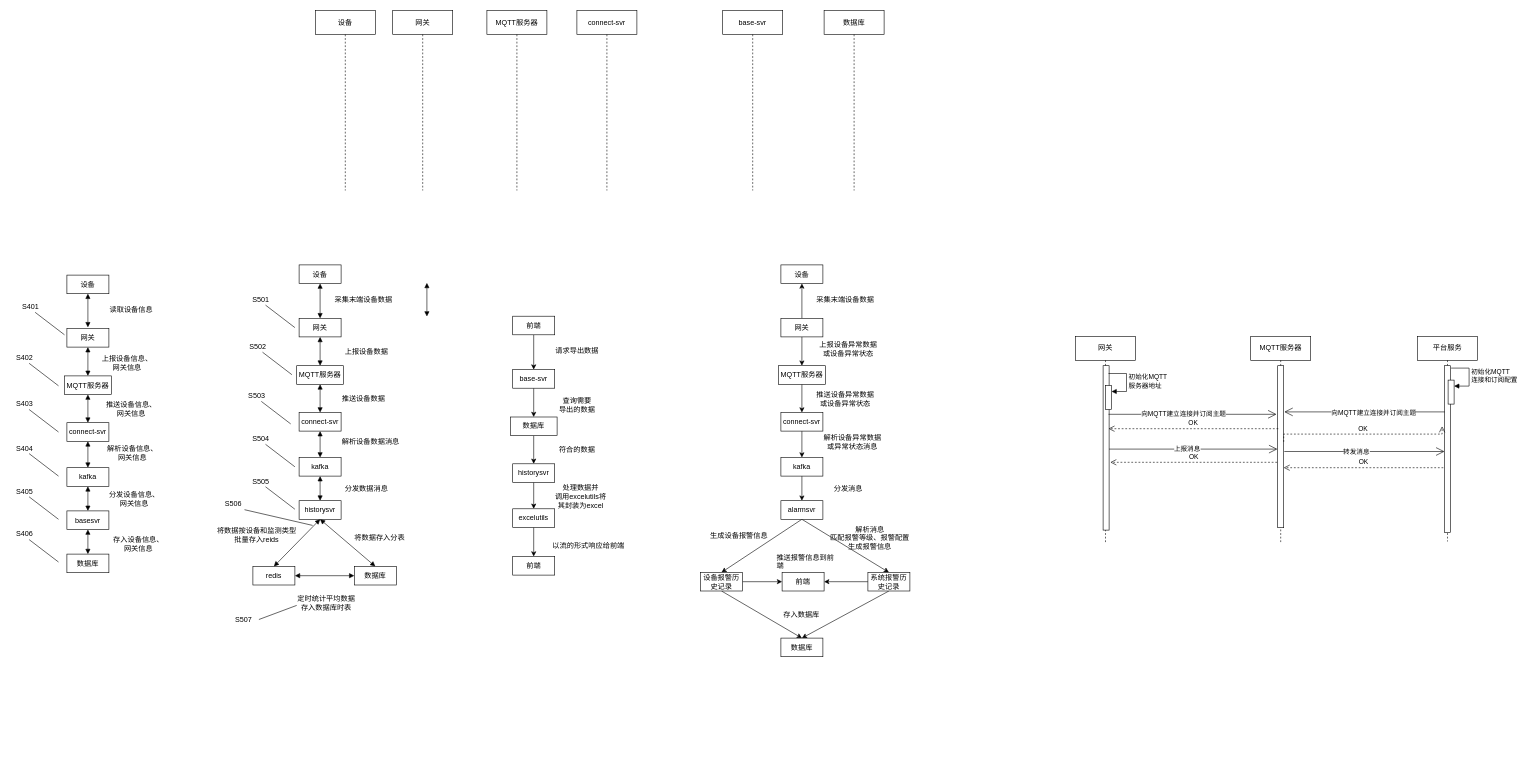
viking-wj/software keeps this draw.io diagram as ems专利.drawio. Above is the earlier version. Source tidied: cells renumbered, new cells numbered last; positions are measured from the earlier drawing's top-left corner, leaving out a move shared by most shapes. Both pictures are drawn from the tidied source at 60%, with x=0, y=0 at pixel (10, 10).
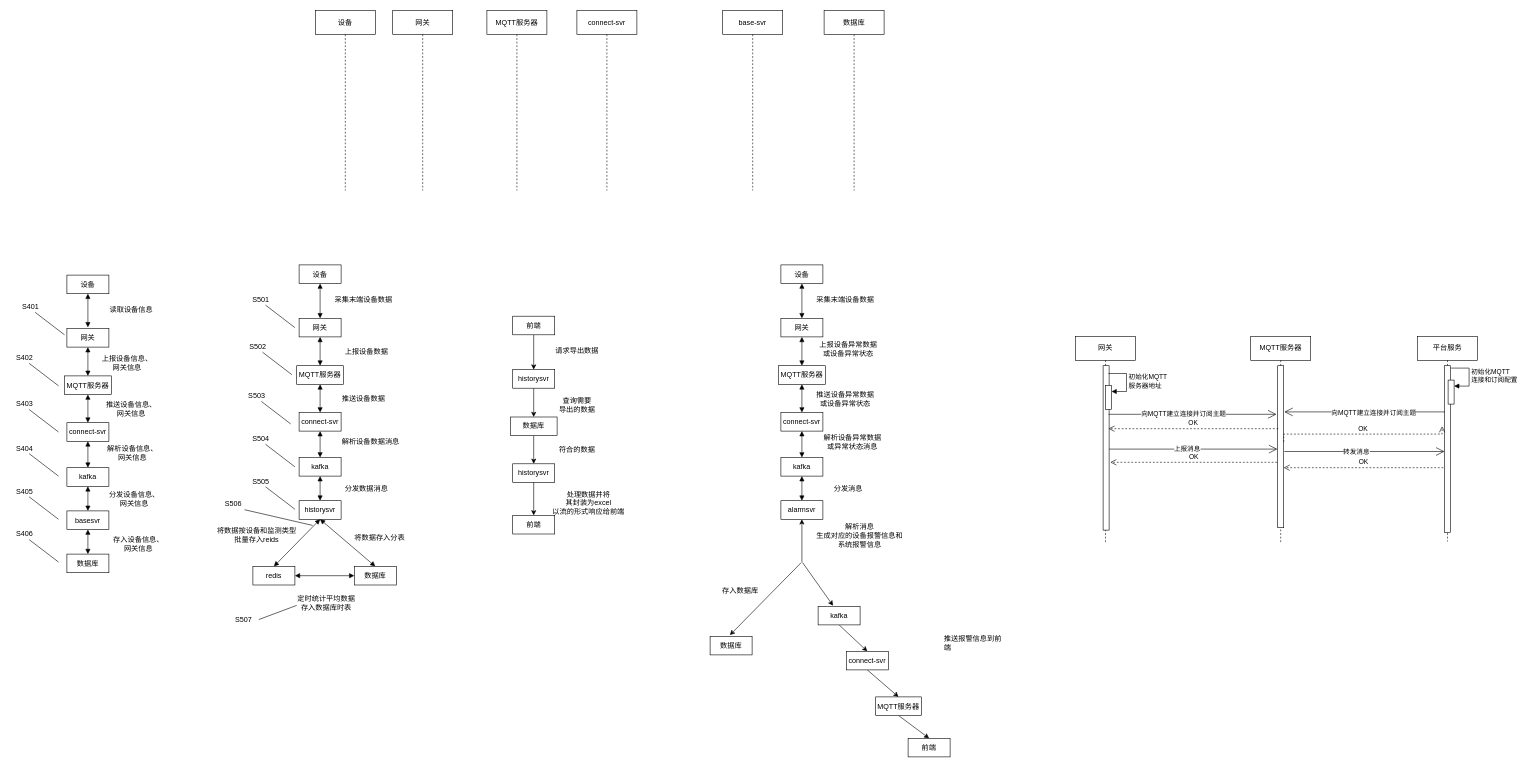
Above is the later version.

The change refers to these unchanged cells:
```xml
<mxCell id="46" value="historysvr" style="rounded=0;whiteSpace=wrap;html=1;" parent="1" vertex="1">
  <mxGeometry x="837" y="755.5" width="70" height="31" as="geometry" />
</mxCell>
<mxCell id="51" value="设备" style="rounded=0;whiteSpace=wrap;html=1;" parent="1" vertex="1">
  <mxGeometry x="1284" y="424" width="70" height="31" as="geometry" />
</mxCell>
<mxCell id="54" value="网关" style="rounded=0;whiteSpace=wrap;html=1;" parent="1" vertex="1">
  <mxGeometry x="1284" y="513" width="70" height="31" as="geometry" />
</mxCell>
<mxCell id="57" value="MQTT服务器" style="rounded=0;whiteSpace=wrap;html=1;" parent="1" vertex="1">
  <mxGeometry x="1280" y="592" width="78" height="31" as="geometry" />
</mxCell>
<mxCell id="60" value="connect-svr" style="rounded=0;whiteSpace=wrap;html=1;" parent="1" vertex="1">
  <mxGeometry x="1284" y="670" width="70" height="31" as="geometry" />
</mxCell>
<mxCell id="63" value="kafka" style="rounded=0;whiteSpace=wrap;html=1;" parent="1" vertex="1">
  <mxGeometry x="1284" y="745" width="70" height="31" as="geometry" />
</mxCell>
<mxCell id="67" value="alarmsvr" style="rounded=0;whiteSpace=wrap;html=1;" parent="1" vertex="1">
  <mxGeometry x="1284" y="817" width="70" height="31" as="geometry" />
</mxCell>
```

Change to the diagram source:
```diff
@@
-    <mxCell id="40" value="base-svr" style="rounded=0;whiteSpace=wrap;html=1;" parent="1" vertex="1">
+    <mxCell id="40" value="historysvr" style="rounded=0;whiteSpace=wrap;html=1;" parent="1" vertex="1">
       <mxGeometry x="837" y="598.5" width="70" height="31" as="geometry" />
     </mxCell>
@@
-    <mxCell id="45" style="edgeStyle=none;rounded=0;jettySize=auto;html=1;exitX=0.5;exitY=1;exitDx=0;exitDy=0;" parent="1" edge="1" source="46" target="49">
-      <mxGeometry relative="1" as="geometry" />
-    </mxCell>
@@
-    <mxCell id="48" style="edgeStyle=none;rounded=0;jettySize=auto;html=1;exitX=0.5;exitY=1;exitDx=0;exitDy=0;entryX=0.5;entryY=0;entryDx=0;entryDy=0;" parent="1" edge="1" source="49" target="79">
+    <mxCell id="48" style="edgeStyle=none;rounded=0;jettySize=auto;html=1;exitX=0.5;exitY=1;exitDx=0;exitDy=0;entryX=0.5;entryY=0;entryDx=0;entryDy=0;" parent="1" edge="1" source="46" target="79">
       <mxGeometry relative="1" as="geometry" />
     </mxCell>
-    <mxCell id="49" value="excelutils" style="rounded=0;whiteSpace=wrap;html=1;" parent="1" vertex="1">
-      <mxGeometry x="837" y="830.5" width="70" height="31" as="geometry" />
-    </mxCell>
-    <mxCell id="50" value="处理数据并&lt;br&gt;调用excelutils将&lt;br&gt;其封装为excel" style="text;html=1;align=center;verticalAlign=middle;strokeColor=none;fillColor=none;" parent="1" vertex="1">
-      <mxGeometry x="898" y="782.5" width="103" height="55" as="geometry" />
+    <mxCell id="50" value="处理数据并将&lt;br&gt;其封装为excel&lt;br&gt;以流的形式响应给前端" style="text;html=1;align=center;verticalAlign=middle;strokeColor=none;fillColor=none;" parent="1" vertex="1">
+      <mxGeometry x="894" y="793" width="138" height="55" as="geometry" />
     </mxCell>
@@
-    <mxCell id="52" style="edgeStyle=none;rounded=0;jettySize=auto;html=1;exitX=0.5;exitY=1;exitDx=0;exitDy=0;entryX=0.5;entryY=0;entryDx=0;entryDy=0;" parent="1" edge="1" source="54" target="57">
-      <mxGeometry relative="1" as="geometry" />
-    </mxCell>
-    <mxCell id="53" style="edgeStyle=none;rounded=0;jettySize=auto;html=1;exitX=0.5;exitY=0;exitDx=0;exitDy=0;" parent="1" edge="1" source="54" target="51">
-      <mxGeometry relative="1" as="geometry" />
-    </mxCell>
@@
-    <mxCell id="56" style="edgeStyle=none;rounded=0;jettySize=auto;html=1;exitX=0.5;exitY=1;exitDx=0;exitDy=0;entryX=0.5;entryY=0;entryDx=0;entryDy=0;" parent="1" edge="1" source="57" target="60">
-      <mxGeometry relative="1" as="geometry" />
-    </mxCell>
@@
-    <mxCell id="59" style="edgeStyle=none;rounded=0;jettySize=auto;html=1;exitX=0.5;exitY=1;exitDx=0;exitDy=0;" parent="1" edge="1" source="60" target="63">
-      <mxGeometry relative="1" as="geometry" />
-    </mxCell>
@@
-    <mxCell id="62" style="edgeStyle=none;rounded=0;jettySize=auto;html=1;exitX=0.5;exitY=1;exitDx=0;exitDy=0;entryX=0.5;entryY=0;entryDx=0;entryDy=0;" parent="1" edge="1" source="63" target="67">
-      <mxGeometry relative="1" as="geometry" />
-    </mxCell>
@@
-    <mxCell id="65" style="edgeStyle=none;rounded=0;jettySize=auto;html=1;exitX=0.5;exitY=1;exitDx=0;exitDy=0;entryX=0.5;entryY=0;entryDx=0;entryDy=0;" parent="1" edge="1" source="67" target="74">
-      <mxGeometry relative="1" as="geometry" />
-    </mxCell>
-    <mxCell id="66" style="edgeStyle=none;rounded=0;jettySize=auto;html=1;exitX=0.5;exitY=1;exitDx=0;exitDy=0;entryX=0.5;entryY=0;entryDx=0;entryDy=0;" parent="1" edge="1" source="67" target="71">
-      <mxGeometry relative="1" as="geometry" />
-    </mxCell>
@@
-    <mxCell id="69" style="edgeStyle=none;rounded=0;jettySize=auto;html=1;exitX=0.5;exitY=1;exitDx=0;exitDy=0;entryX=0.5;entryY=0;entryDx=0;entryDy=0;" parent="1" edge="1" source="71" target="76">
-      <mxGeometry relative="1" as="geometry" />
+    <mxCell id="69" style="edgeStyle=none;rounded=0;orthogonalLoop=1;jettySize=auto;html=1;entryX=0.5;entryY=0;entryDx=0;entryDy=0;" parent="1" edge="1">
+      <mxGeometry relative="1" as="geometry">
+        <mxPoint x="1318" y="920" as="sourcePoint" />
+        <mxPoint x="1199" y="1041" as="targetPoint" />
+      </mxGeometry>
     </mxCell>
-    <mxCell id="70" style="edgeStyle=none;rounded=0;jettySize=auto;html=1;exitX=0;exitY=0.5;exitDx=0;exitDy=0;entryX=1;entryY=0.5;entryDx=0;entryDy=0;" parent="1" edge="1" source="71" target="81">
-      <mxGeometry relative="1" as="geometry" />
-    </mxCell>
-    <mxCell id="71" value="系统报警历史记录" style="rounded=0;whiteSpace=wrap;html=1;" parent="1" vertex="1">
-      <mxGeometry x="1429" y="936.5" width="70" height="31" as="geometry" />
-    </mxCell>
-    <mxCell id="72" style="edgeStyle=none;rounded=0;jettySize=auto;html=1;exitX=0.5;exitY=1;exitDx=0;exitDy=0;entryX=0.5;entryY=0;entryDx=0;entryDy=0;" parent="1" edge="1" source="74" target="76">
-      <mxGeometry relative="1" as="geometry" />
-    </mxCell>
-    <mxCell id="73" style="edgeStyle=none;rounded=0;jettySize=auto;html=1;exitX=1;exitY=0.5;exitDx=0;exitDy=0;entryX=0;entryY=0.5;entryDx=0;entryDy=0;" parent="1" edge="1" source="74" target="81">
-      <mxGeometry relative="1" as="geometry" />
-    </mxCell>
-    <mxCell id="74" value="设备报警历史记录" style="rounded=0;whiteSpace=wrap;html=1;" parent="1" vertex="1">
-      <mxGeometry x="1150" y="936.5" width="70" height="31" as="geometry" />
-    </mxCell>
-    <mxCell id="75" value="生成设备报警信息" style="text;html=1;align=center;verticalAlign=middle;strokeColor=none;fillColor=none;" parent="1" vertex="1">
-      <mxGeometry x="1157" y="861.5" width="114" height="26" as="geometry" />
-    </mxCell>
+    <mxCell id="146" style="edgeStyle=none;rounded=0;orthogonalLoop=1;jettySize=auto;html=1;" parent="1" edge="1">
+      <mxGeometry relative="1" as="geometry">
+        <mxPoint x="1320" y="920" as="sourcePoint" />
+        <mxPoint x="1371" y="992" as="targetPoint" />
+      </mxGeometry>
+    </mxCell>
     <mxCell id="76" value="数据库" style="rounded=0;whiteSpace=wrap;html=1;" parent="1" vertex="1">
-      <mxGeometry x="1284" y="1046" width="70" height="31" as="geometry" />
+      <mxGeometry x="1166" y="1043" width="70" height="31" as="geometry" />
     </mxCell>
     <mxCell id="77" value="存入数据库" style="text;html=1;align=center;verticalAlign=middle;strokeColor=none;fillColor=none;" parent="1" vertex="1">
-      <mxGeometry x="1279" y="994" width="78" height="26" as="geometry" />
+      <mxGeometry x="1177" y="954" width="78" height="26" as="geometry" />
     </mxCell>
-    <mxCell id="78" value="解析消息&lt;br&gt;匹配报警等级、报警配置&lt;br&gt;生成报警信息" style="text;html=1;align=center;verticalAlign=middle;strokeColor=none;fillColor=none;" parent="1" vertex="1">
-      <mxGeometry x="1357" y="851" width="150" height="55" as="geometry" />
+    <mxCell id="78" value="解析消息&lt;br&gt;生成对应的设备报警信息和&lt;br&gt;系统报警信息" style="text;html=1;align=center;verticalAlign=middle;strokeColor=none;fillColor=none;" parent="1" vertex="1">
+      <mxGeometry x="1334" y="847" width="162" height="55" as="geometry" />
     </mxCell>
     <mxCell id="79" value="前端" style="rounded=0;whiteSpace=wrap;html=1;" parent="1" vertex="1">
-      <mxGeometry x="837" y="910" width="70" height="31" as="geometry" />
+      <mxGeometry x="837" y="841.5" width="70" height="31" as="geometry" />
     </mxCell>
-    <mxCell id="80" value="以流的形式响应给前端" style="text;html=1;align=center;verticalAlign=middle;strokeColor=none;fillColor=none;" parent="1" vertex="1">
-      <mxGeometry x="894" y="880" width="138" height="26" as="geometry" />
-    </mxCell>
     <mxCell id="81" value="前端" style="rounded=0;whiteSpace=wrap;html=1;" parent="1" vertex="1">
-      <mxGeometry x="1286" y="936.5" width="70" height="31" as="geometry" />
+      <mxGeometry x="1496" y="1213" width="70" height="31" as="geometry" />
     </mxCell>
     <mxCell id="82" value="&lt;span style=&quot;color: rgb(0, 0, 0); font-family: Helvetica; font-size: 12px; font-style: normal; font-variant-ligatures: normal; font-variant-caps: normal; font-weight: 400; letter-spacing: normal; orphans: 2; text-align: center; text-indent: 0px; text-transform: none; widows: 2; word-spacing: 0px; -webkit-text-stroke-width: 0px; background-color: rgb(255, 255, 255); text-decoration-thickness: initial; text-decoration-style: initial; text-decoration-color: initial; float: none; display: inline !important;&quot;&gt;推送报警信息到前端&lt;/span&gt;" style="text;whiteSpace=wrap;html=1;" parent="1" vertex="1">
-      <mxGeometry x="1275" y="898" width="100" height="36" as="geometry" />
+      <mxGeometry x="1554" y="1034" width="100" height="36" as="geometry" />
     </mxCell>
@@
-    <mxCell id="137" style="endArrow=block;startArrow=block;endFill=1;startFill=1;html=1;rounded=0;" parent="1" edge="1">
-      <mxGeometry relative="1" as="geometry">
-        <mxPoint x="694" y="454" as="sourcePoint" />
-        <mxPoint x="694" y="510" as="targetPoint" />
-      </mxGeometry>
+    <mxCell id="137" style="endArrow=block;startArrow=block;endFill=1;startFill=1;html=1;rounded=0;exitX=0.5;exitY=1;exitDx=0;exitDy=0;entryX=0.5;entryY=0;entryDx=0;entryDy=0;" parent="1" edge="1" source="54" target="57">
+      <mxGeometry relative="1" as="geometry" />
     </mxCell>
@@
+    <mxCell id="147" style="endArrow=block;startArrow=block;endFill=1;startFill=1;html=1;rounded=0;exitX=0.5;exitY=1;exitDx=0;exitDy=0;" parent="1" edge="1" source="51" target="54">
+      <mxGeometry relative="1" as="geometry" />
+    </mxCell>
+    <mxCell id="56" style="endArrow=block;startArrow=block;endFill=1;startFill=1;html=1;rounded=0;exitX=0.5;exitY=1;exitDx=0;exitDy=0;entryX=0.5;entryY=0;entryDx=0;entryDy=0;" parent="1" edge="1" source="57" target="60">
+      <mxGeometry relative="1" as="geometry" />
+    </mxCell>
+    <mxCell id="59" style="endArrow=block;startArrow=block;endFill=1;startFill=1;html=1;rounded=0;exitX=0.5;exitY=1;exitDx=0;exitDy=0;" parent="1" edge="1" source="60" target="63">
+      <mxGeometry relative="1" as="geometry" />
+    </mxCell>
+    <mxCell id="62" style="endArrow=block;startArrow=block;endFill=1;startFill=1;html=1;rounded=0;exitX=0.5;exitY=1;exitDx=0;exitDy=0;" parent="1" edge="1" source="63" target="67">
+      <mxGeometry relative="1" as="geometry" />
+    </mxCell>
+    <mxCell id="148" style="edgeStyle=none;rounded=0;jettySize=auto;html=1;exitX=0.5;exitY=1;exitDx=0;exitDy=0;entryX=0.5;entryY=0;entryDx=0;entryDy=0;" parent="1" edge="1" source="149" target="153">
+      <mxGeometry relative="1" as="geometry" />
+    </mxCell>
+    <mxCell id="149" value="connect-svr" style="rounded=0;whiteSpace=wrap;html=1;" parent="1" vertex="1">
+      <mxGeometry x="1393" y="1068" width="70" height="31" as="geometry" />
+    </mxCell>
+    <mxCell id="150" style="edgeStyle=none;rounded=0;jettySize=auto;html=1;exitX=0.5;exitY=1;exitDx=0;exitDy=0;entryX=0.5;entryY=0;entryDx=0;entryDy=0;" parent="1" edge="1" source="151" target="149">
+      <mxGeometry relative="1" as="geometry" />
+    </mxCell>
+    <mxCell id="151" value="kafka" style="rounded=0;whiteSpace=wrap;html=1;" parent="1" vertex="1">
+      <mxGeometry x="1346" y="993" width="70" height="31" as="geometry" />
+    </mxCell>
+    <mxCell id="152" style="edgeStyle=none;rounded=0;jettySize=auto;html=1;exitX=0.5;exitY=1;exitDx=0;exitDy=0;entryX=0.5;entryY=0;entryDx=0;entryDy=0;" parent="1" edge="1" source="153" target="81">
+      <mxGeometry relative="1" as="geometry" />
+    </mxCell>
+    <mxCell id="153" value="MQTT服务器" style="rounded=0;whiteSpace=wrap;html=1;" parent="1" vertex="1">
+      <mxGeometry x="1442" y="1144" width="76" height="31" as="geometry" />
+    </mxCell>
+    <mxCell id="154" style="endArrow=classic;html=1;rounded=0;entryX=0.5;entryY=1;entryDx=0;entryDy=0;" parent="1" edge="1" target="67">
+      <mxGeometry relative="1" as="geometry">
+        <mxPoint x="1319" y="919" as="sourcePoint" />
+      </mxGeometry>
+    </mxCell>
```
